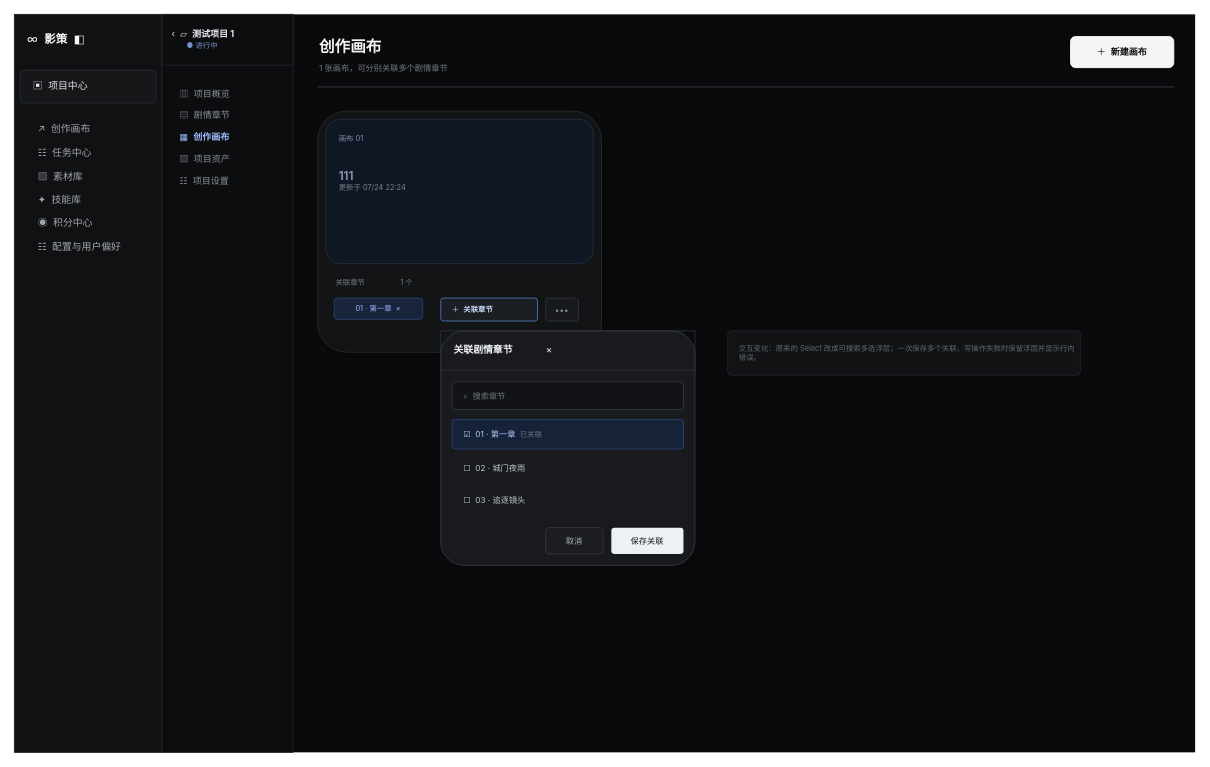
Cc-kris/caelun-ai keeps this draw.io diagram as page "03 章节关联浮层" (3 of 3) of assets/prototypes/project-canvas-ui-interactions.drawio. Above is the earlier version. Source tidied: cells renumbered, new cells numbered last; positions are measured from the earlier drawing's top-left corner, leaving out a move shared by most shapes. Both pictures are drawn from the tidied source at 82%, with x=0, y=0 at pixel (14, 14).
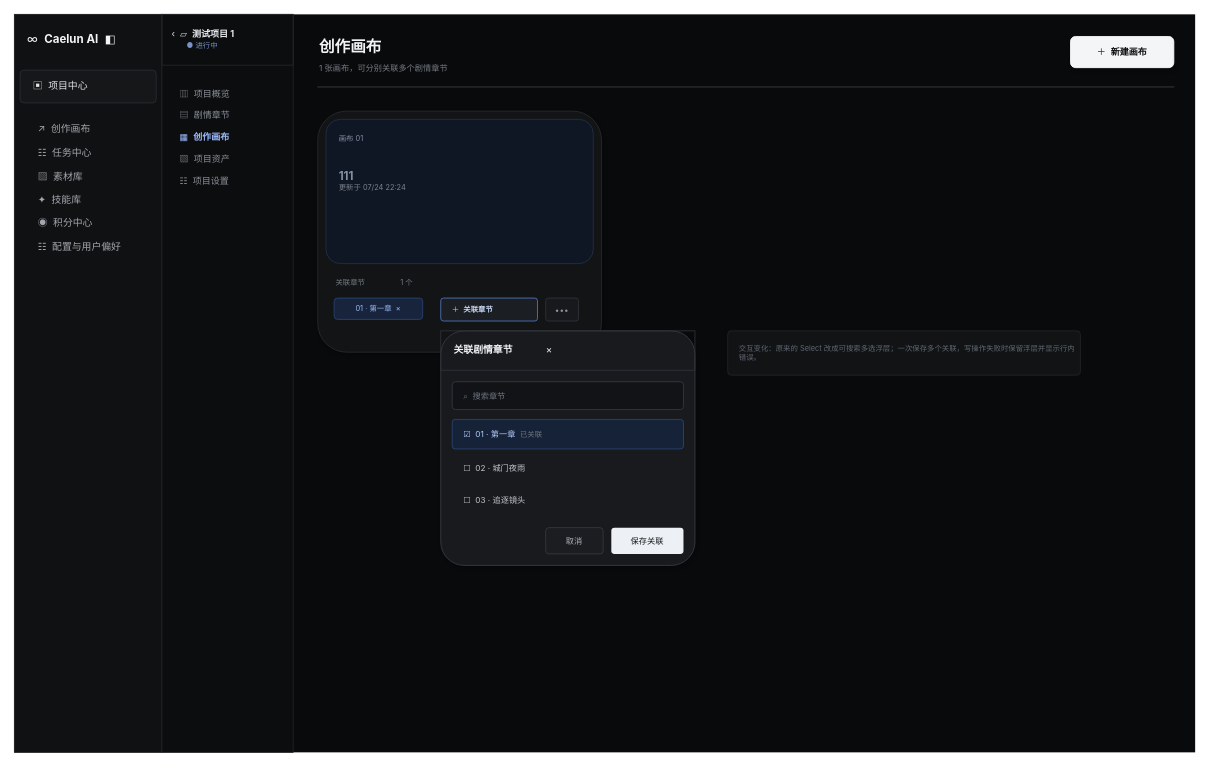
The same page after the edit.

Commit message (it also covers changes not shown here):
原型图品牌文案统一为 Caelun AI

Change to the diagram source:
```diff
@@
-    <mxCell id="4" value="∞&amp;nbsp;&amp;nbsp;&lt;b&gt;影策&lt;/b&gt;&amp;nbsp;&amp;nbsp;◧" style="rounded=0;whiteSpace=wrap;html=1;fillColor=none;strokeColor=none;fontColor=#f3f4f6;fontSize=14;fontFamily=SF Pro Display,PingFang SC,sans-serif;align=left;verticalAlign=middle;spacingLeft=14;" parent="1" vertex="1">
+    <mxCell id="4" value="∞&amp;nbsp;&amp;nbsp;&lt;b&gt;Caelun AI&lt;/b&gt;&amp;nbsp;&amp;nbsp;◧" style="rounded=0;whiteSpace=wrap;html=1;fillColor=none;strokeColor=none;fontColor=#f3f4f6;fontSize=14;fontFamily=SF Pro Display,PingFang SC,sans-serif;align=left;verticalAlign=middle;spacingLeft=14;" parent="1" vertex="1">
       <mxGeometry y="10" width="174" height="42" as="geometry" />
     </mxCell>
```
